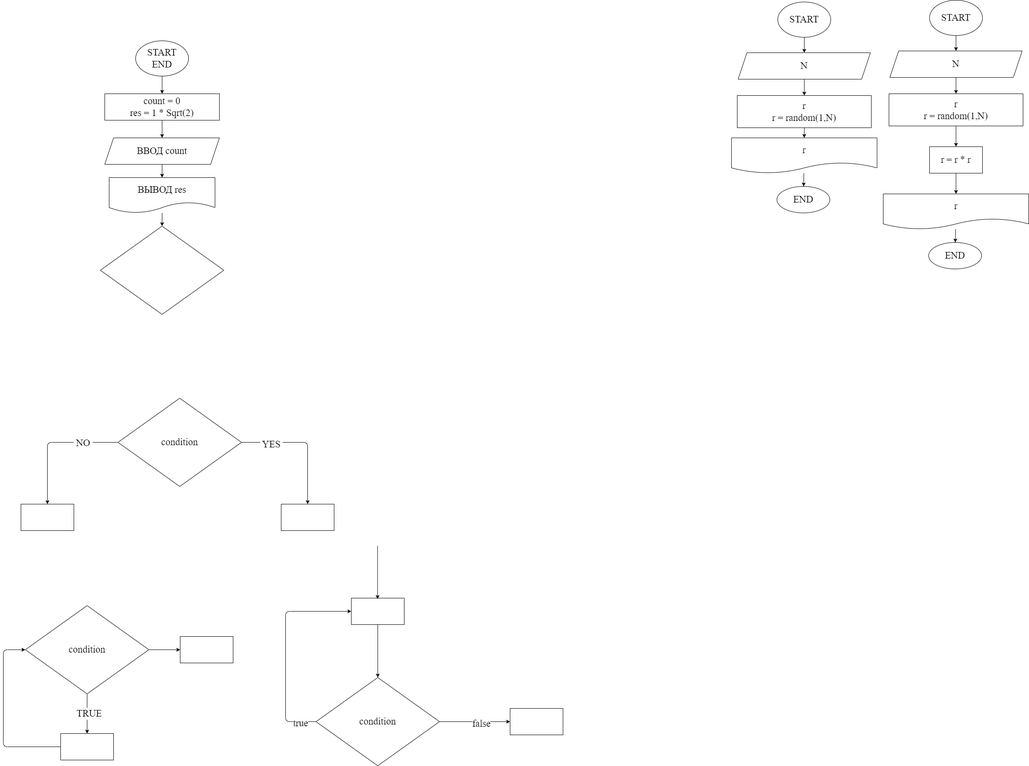
Above: ex000.drawio.png in iksergey/practice_temp (draw.io), before the change. Source tidied: cells renumbered, new cells last; positions are measured from the earlier drawing's top-left corner, leaving out a move shared by most shapes.
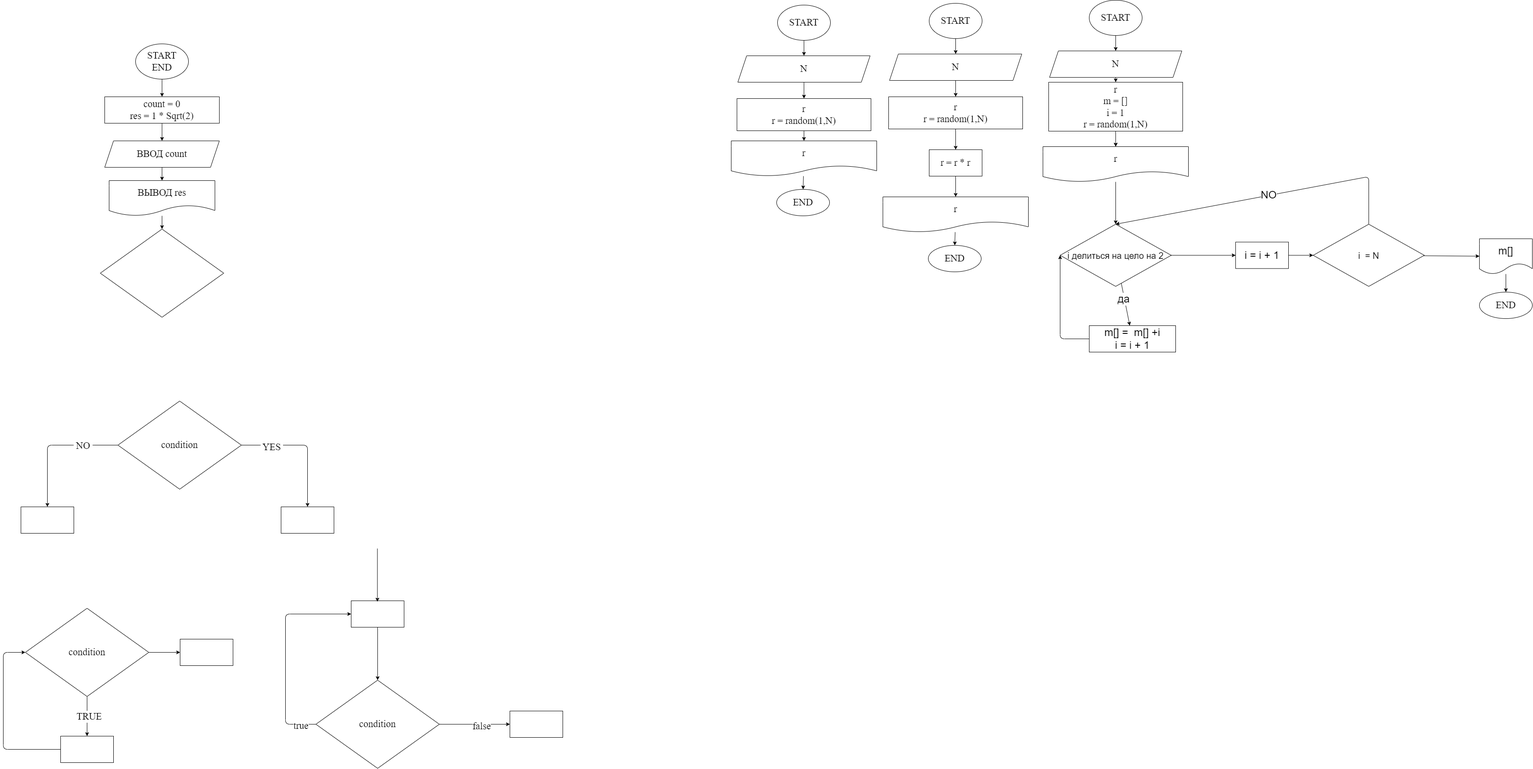
After the commit.

Change to the diagram source:
```diff
@@ -179,5 +179,87 @@
     <mxCell id="53" value="r = r * r" style="whiteSpace=wrap;html=1;fontSize=22;fontFamily=Fira Code;" parent="1" vertex="1">
       <mxGeometry x="2100" y="332" width="120" height="60" as="geometry" />
     </mxCell>
+    <mxCell id="54" style="edgeStyle=none;html=1;fontFamily=Fira Code;fontSize=22;" parent="1" edge="1" source="55" target="57">
+      <mxGeometry relative="1" as="geometry" />
+    </mxCell>
+    <mxCell id="55" value="START" style="ellipse;whiteSpace=wrap;html=1;fontFamily=Fira Code;fontSize=22;" parent="1" vertex="1">
+      <mxGeometry x="2463" y="-7" width="120" height="80" as="geometry" />
+    </mxCell>
+    <mxCell id="56" style="edgeStyle=none;html=1;fontFamily=Fira Code;fontSize=22;" parent="1" edge="1" source="57" target="60">
+      <mxGeometry relative="1" as="geometry" />
+    </mxCell>
+    <mxCell id="57" value="N" style="shape=parallelogram;perimeter=parallelogramPerimeter;whiteSpace=wrap;html=1;fixedSize=1;fontSize=22;fontFamily=Fira Code;" parent="1" vertex="1">
+      <mxGeometry x="2373" y="108" width="300" height="60" as="geometry" />
+    </mxCell>
+    <mxCell id="58" style="edgeStyle=none;html=1;" parent="1" edge="1" source="60">
+      <mxGeometry relative="1" as="geometry">
+        <mxPoint x="2523" y="325" as="targetPoint" />
+      </mxGeometry>
+    </mxCell>
+    <mxCell id="59" style="edgeStyle=none;html=1;entryX=0.5;entryY=0;entryDx=0;entryDy=0;fontSize=24;" parent="1" edge="1" source="60" target="62">
+      <mxGeometry relative="1" as="geometry" />
+    </mxCell>
+    <mxCell id="60" value="r&lt;br&gt;m = []&lt;br&gt;i = 1&lt;br&gt;r = random(1,N)" style="whiteSpace=wrap;html=1;fontSize=22;fontFamily=Fira Code;" parent="1" vertex="1">
+      <mxGeometry x="2371" y="179" width="304" height="111" as="geometry" />
+    </mxCell>
+    <mxCell id="61" style="edgeStyle=none;html=1;" parent="1" edge="1" source="62" target="67">
+      <mxGeometry relative="1" as="geometry" />
+    </mxCell>
+    <mxCell id="62" value="r" style="shape=document;whiteSpace=wrap;html=1;boundedLbl=1;fontSize=22;fontFamily=Fira Code;" parent="1" vertex="1">
+      <mxGeometry x="2358" y="325" width="330" height="80" as="geometry" />
+    </mxCell>
+    <mxCell id="63" value="END" style="ellipse;whiteSpace=wrap;html=1;fontSize=22;fontFamily=Fira Code;" parent="1" vertex="1">
+      <mxGeometry x="3348" y="655" width="120" height="60" as="geometry" />
+    </mxCell>
+    <mxCell id="64" style="edgeStyle=none;html=1;fontSize=20;" parent="1" edge="1" source="67" target="69">
+      <mxGeometry relative="1" as="geometry" />
+    </mxCell>
+    <mxCell id="65" value="да" style="edgeLabel;html=1;align=center;verticalAlign=middle;fontSize=24;" parent="64" vertex="1">
+      <mxGeometry x="-0.27" y="-3" relative="1" as="geometry" />
+    </mxCell>
+    <mxCell id="66" style="edgeStyle=none;html=1;fontSize=24;" parent="1" edge="1" source="67" target="71">
+      <mxGeometry relative="1" as="geometry" />
+    </mxCell>
+    <mxCell id="67" value="&lt;font style=&quot;font-size: 20px&quot;&gt;i делиться на цело на 2&lt;/font&gt;" style="rhombus;whiteSpace=wrap;html=1;" parent="1" vertex="1">
+      <mxGeometry x="2397" y="501" width="252" height="141" as="geometry" />
+    </mxCell>
+    <mxCell id="68" style="edgeStyle=none;html=1;entryX=0;entryY=0.5;entryDx=0;entryDy=0;fontSize=24;" parent="1" edge="1" source="69" target="67">
+      <mxGeometry relative="1" as="geometry">
+        <Array as="points">
+          <mxPoint x="2397" y="761" />
+        </Array>
+      </mxGeometry>
+    </mxCell>
+    <mxCell id="69" value="m[] =&amp;nbsp; m[] +i&lt;br&gt;i = i + 1" style="whiteSpace=wrap;html=1;fontSize=24;" parent="1" vertex="1">
+      <mxGeometry x="2463" y="731" width="196" height="60" as="geometry" />
+    </mxCell>
+    <mxCell id="70" style="edgeStyle=none;html=1;entryX=0;entryY=0.5;entryDx=0;entryDy=0;fontSize=24;" parent="1" edge="1" source="71" target="75">
+      <mxGeometry relative="1" as="geometry" />
+    </mxCell>
+    <mxCell id="71" value="&lt;font style=&quot;font-size: 24px&quot;&gt;i = i + 1&lt;/font&gt;" style="whiteSpace=wrap;html=1;" parent="1" vertex="1">
+      <mxGeometry x="2795" y="541.5" width="120" height="60" as="geometry" />
+    </mxCell>
+    <mxCell id="72" style="edgeStyle=none;html=1;entryX=0.5;entryY=0;entryDx=0;entryDy=0;fontSize=24;" parent="1" edge="1" source="75" target="67">
+      <mxGeometry relative="1" as="geometry">
+        <Array as="points">
+          <mxPoint x="3097" y="393" />
+        </Array>
+      </mxGeometry>
+    </mxCell>
+    <mxCell id="73" value="NO" style="edgeLabel;html=1;align=center;verticalAlign=middle;fontSize=24;" parent="72" vertex="1">
+      <mxGeometry x="-0.01" y="-2" relative="1" as="geometry" />
+    </mxCell>
+    <mxCell id="74" style="edgeStyle=none;html=1;fontSize=24;" parent="1" edge="1" source="75" target="77">
+      <mxGeometry relative="1" as="geometry" />
+    </mxCell>
+    <mxCell id="75" value="&lt;font style=&quot;font-size: 20px&quot;&gt;i&amp;nbsp; = N&lt;/font&gt;" style="rhombus;whiteSpace=wrap;html=1;" parent="1" vertex="1">
+      <mxGeometry x="2971" y="501" width="252" height="141" as="geometry" />
+    </mxCell>
+    <mxCell id="76" style="edgeStyle=none;html=1;entryX=0.5;entryY=0;entryDx=0;entryDy=0;fontSize=24;" parent="1" edge="1" source="77" target="63">
+      <mxGeometry relative="1" as="geometry" />
+    </mxCell>
+    <mxCell id="77" value="&lt;font style=&quot;font-size: 24px&quot;&gt;m[]&lt;/font&gt;" style="shape=document;whiteSpace=wrap;html=1;boundedLbl=1;" parent="1" vertex="1">
+      <mxGeometry x="3348" y="534" width="120" height="80" as="geometry" />
+    </mxCell>
   </root>
 </mxGraphModel>
```
